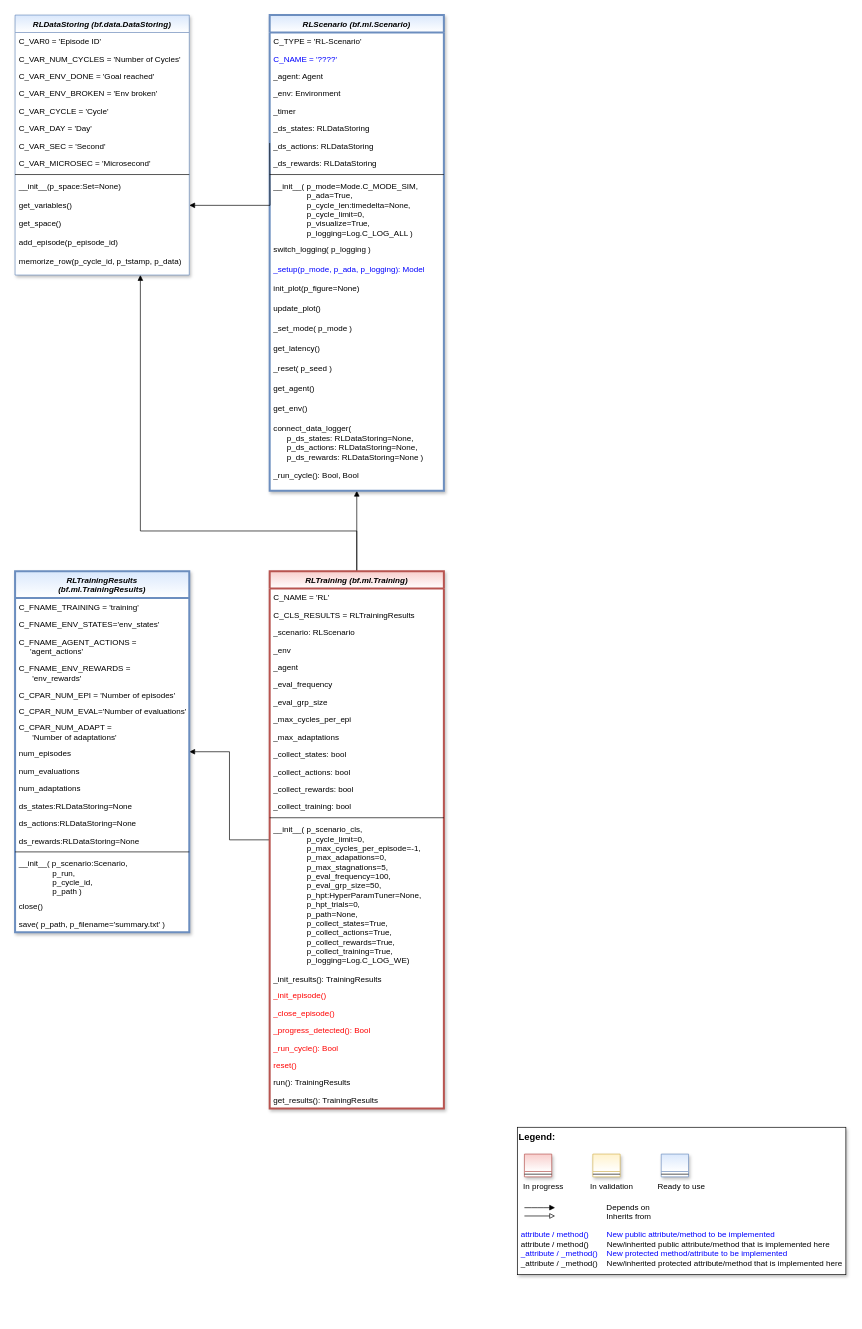
fhswf/MLPro keeps this draw.io diagram as doc/rtd/content/append2/core/images/rl/04_run_and_train/MLPro-RL-Train_class_diagram.drawio. Above is the earlier version. Source tidied: cells renumbered, new cells numbered last; positions are measured from the earlier drawing's top-left corner, leaving out a move shared by most shapes. Both pictures are drawn from the tidied source at 67%, with x=0, y=0 at pixel (15, 15).
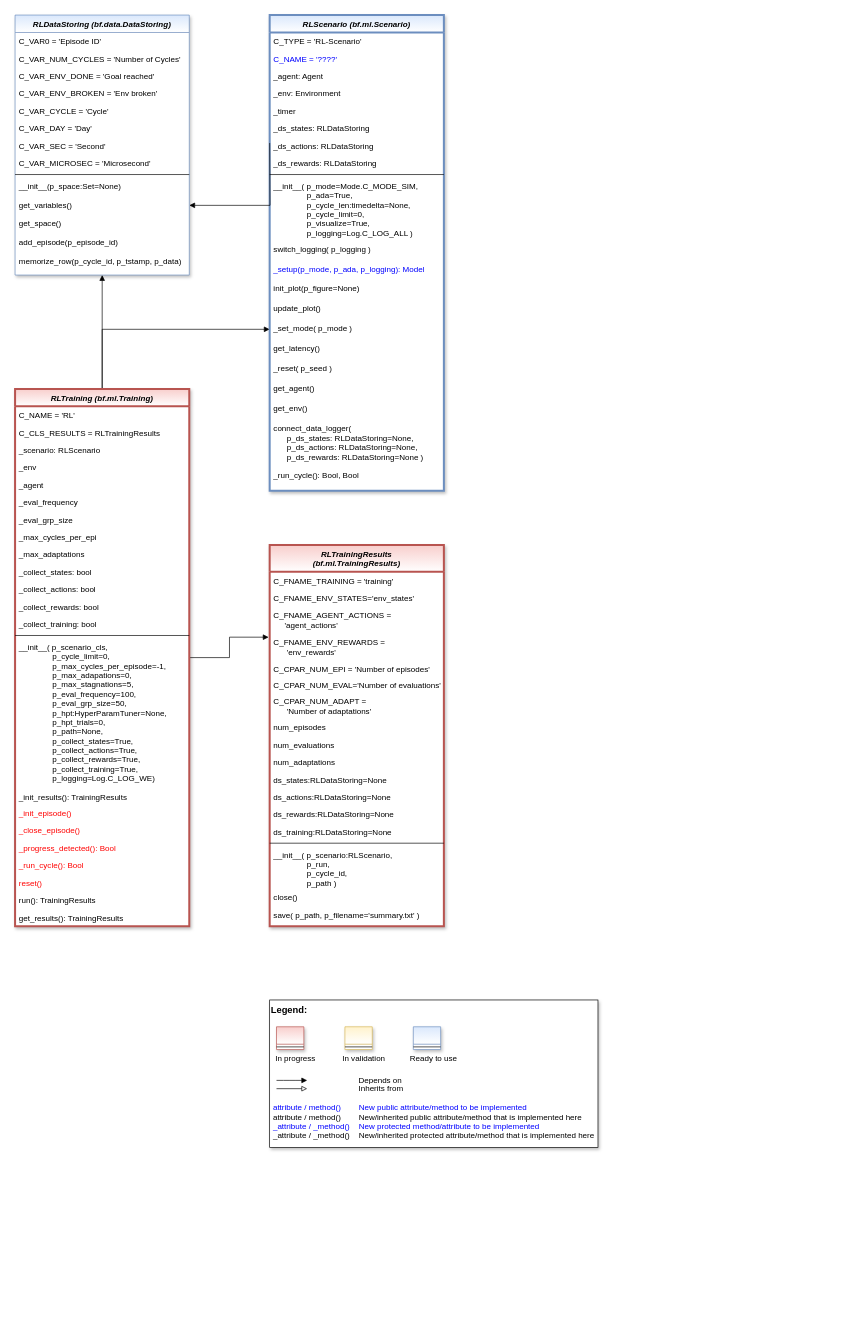
After the change.

Commit message (it also covers changes not shown here):
Cl Training: counts adaptations, eval/train cycles

Unchanged cells that the change refers to:
```xml
<mxCell id="29" value="RLScenario (bf.ml.Scenario)" style="swimlane;fontStyle=3;align=center;verticalAlign=top;horizontal=1;startSize=26;rounded=0;shadow=1;strokeWidth=3;fillColor=#dae8fc;strokeColor=#6c8ebf;gradientColor=#ffffff;swimlaneFillColor=#ffffff;" parent="1" vertex="1">
  <mxGeometry x="380" width="260" height="710" as="geometry" />
</mxCell>
<mxCell id="44" value="_set_mode( p_mode )" style="text;align=left;verticalAlign=top;spacingLeft=4;spacingRight=4;overflow=hidden;points=[[0,0.5],[1,0.5]];portConstraint=eastwest;" parent="29" vertex="1">
  <mxGeometry y="454" width="260" height="30" as="geometry" />
</mxCell>
<mxCell id="51" value="RLDataStoring (bf.data.DataStoring)" style="swimlane;fontStyle=3;align=center;verticalAlign=top;horizontal=1;startSize=26;rounded=0;shadow=1;strokeWidth=1;fillColor=#dae8fc;strokeColor=#6c8ebf;gradientColor=#ffffff;swimlaneFillColor=#ffffff;" parent="1" vertex="1">
  <mxGeometry width="260" height="388" as="geometry" />
</mxCell>
<mxCell id="71" value="C_FNAME_ENV_REWARDS = &#10;      'env_rewards'" style="text;align=left;verticalAlign=top;spacingLeft=4;spacingRight=4;overflow=hidden;points=[[0,0.5],[1,0.5]];portConstraint=eastwest;" parent="67" vertex="1">
  <mxGeometry y="132" width="260" height="40" as="geometry" />
</mxCell>
```

Diff of the diagram source:
```diff
@@
-    <mxCell id="2" style="edgeStyle=orthogonalEdgeStyle;rounded=0;jettySize=auto;html=1;endArrow=block;endFill=1;" parent="1" edge="1" source="5" target="29">
-      <mxGeometry relative="1" as="geometry" />
-    </mxCell>
+    <mxCell id="4" style="edgeStyle=orthogonalEdgeStyle;rounded=0;jettySize=auto;html=1;fontColor=#000000;endArrow=block;endFill=1;entryX=-0.006;entryY=0.138;entryDx=0;entryDy=0;entryPerimeter=0;" parent="1" edge="1" source="5" target="71">
+      <mxGeometry relative="1" as="geometry" />
+    </mxCell>
-    <mxCell id="3" style="edgeStyle=orthogonalEdgeStyle;rounded=0;jettySize=auto;html=1;endArrow=block;endFill=1;exitX=0.5;exitY=0;exitDx=0;exitDy=0;" parent="1" edge="1" source="5" target="51">
-      <mxGeometry relative="1" as="geometry">
-        <Array as="points">
-          <mxPoint x="510" y="770" />
-          <mxPoint x="187" y="770" />
-        </Array>
-      </mxGeometry>
+    <mxCell id="3" style="edgeStyle=orthogonalEdgeStyle;rounded=0;jettySize=auto;html=1;endArrow=block;endFill=1;" parent="1" edge="1" source="5" target="51">
+      <mxGeometry relative="1" as="geometry" />
     </mxCell>
-    <mxCell id="4" style="edgeStyle=orthogonalEdgeStyle;rounded=0;jettySize=auto;html=1;fontColor=#000000;endArrow=block;endFill=1;" parent="1" edge="1" source="5" target="67">
-      <mxGeometry relative="1" as="geometry" />
-    </mxCell>
+    <mxCell id="95" style="edgeStyle=orthogonalEdgeStyle;rounded=0;jettySize=auto;html=1;entryX=0;entryY=0.5;entryDx=0;entryDy=0;endArrow=block;endFill=1;" parent="1" edge="1" source="5" target="44">
+      <mxGeometry relative="1" as="geometry" />
+    </mxCell>
     <mxCell id="5" value="RLTraining (bf.ml.Training)" style="swimlane;fontStyle=3;align=center;verticalAlign=top;horizontal=1;startSize=26;rounded=0;shadow=1;strokeWidth=3;fillColor=#f8cecc;strokeColor=#b85450;gradientColor=#ffffff;swimlaneFillColor=#ffffff;" parent="1" vertex="1">
-      <mxGeometry x="380" y="830" width="260" height="802" as="geometry" />
+      <mxGeometry y="558" width="260" height="802" as="geometry" />
     </mxCell>
@@
-    <mxCell id="67" value="RLTrainingResults &#10;(bf.ml.TrainingResults)" style="swimlane;fontStyle=3;align=center;verticalAlign=top;horizontal=1;startSize=40;rounded=0;shadow=1;strokeWidth=3;fillColor=#dae8fc;strokeColor=#6c8ebf;gradientColor=#ffffff;swimlaneFillColor=#ffffff;" parent="1" vertex="1">
-      <mxGeometry y="830" width="260" height="539" as="geometry" />
+    <mxCell id="67" value="RLTrainingResults &#10;(bf.ml.TrainingResults)" style="swimlane;fontStyle=3;align=center;verticalAlign=top;horizontal=1;startSize=40;rounded=0;shadow=1;strokeWidth=3;fillColor=#f8cecc;strokeColor=#b85450;swimlaneFillColor=#ffffff;gradientColor=#ffffff;" parent="1" vertex="1">
+      <mxGeometry x="380" y="791" width="260" height="569" as="geometry" />
     </mxCell>
@@
+    <mxCell id="96" value="ds_training:RLDataStoring=None" style="text;align=left;verticalAlign=top;spacingLeft=4;spacingRight=4;overflow=hidden;" parent="67" vertex="1">
+      <mxGeometry y="415" width="260" height="26" as="geometry" />
+    </mxCell>
     <mxCell id="81" style="line;html=1;strokeWidth=1;align=left;verticalAlign=middle;spacingTop=-1;spacingLeft=3;spacingRight=3;labelPosition=right;" parent="67" vertex="1">
-      <mxGeometry y="415" width="260" height="8" as="geometry" />
+      <mxGeometry y="441" width="260" height="8" as="geometry" />
     </mxCell>
-    <mxCell id="82" value="__init__( p_scenario:Scenario, &#10;               p_run,&#10;               p_cycle_id,&#10;               p_path )" style="text;align=left;verticalAlign=top;spacingLeft=4;spacingRight=4;overflow=hidden;" parent="67" vertex="1">
-      <mxGeometry y="423" width="260" height="64" as="geometry" />
+    <mxCell id="82" value="__init__( p_scenario:RLScenario, &#10;               p_run,&#10;               p_cycle_id,&#10;               p_path )" style="text;align=left;verticalAlign=top;spacingLeft=4;spacingRight=4;overflow=hidden;" parent="67" vertex="1">
+      <mxGeometry y="449" width="260" height="64" as="geometry" />
     </mxCell>
     <mxCell id="83" value="close()" style="text;align=left;verticalAlign=top;spacingLeft=4;spacingRight=4;overflow=hidden;" parent="67" vertex="1">
-      <mxGeometry y="487" width="260" height="26" as="geometry" />
+      <mxGeometry y="513" width="260" height="26" as="geometry" />
     </mxCell>
     <mxCell id="84" value="save( p_path, p_filename='summary.txt' )" style="text;align=left;verticalAlign=top;spacingLeft=4;spacingRight=4;overflow=hidden;" parent="67" vertex="1">
-      <mxGeometry y="513" width="260" height="26" as="geometry" />
+      <mxGeometry y="539" width="260" height="26" as="geometry" />
     </mxCell>
     <mxCell id="85" style="group;" parent="1" vertex="1">
-      <mxGeometry x="750" y="1660" width="490" height="220" as="geometry" />
+      <mxGeometry x="380" y="1470" width="490" height="220" as="geometry" />
     </mxCell>
```
